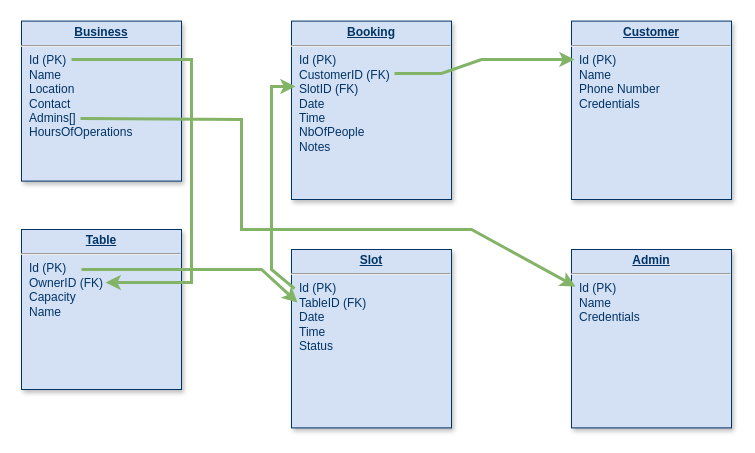
Earlier version of the draw.io diagram conception/Data model.drawio (natelufuluabo/booking-system). Source tidied: cells renumbered, new cells numbered last; positions are measured from the earlier drawing's top-left corner, leaving out a move shared by most shapes. Both pictures are drawn from the tidied source at 100%, with x=0, y=0 at pixel (21, 21).
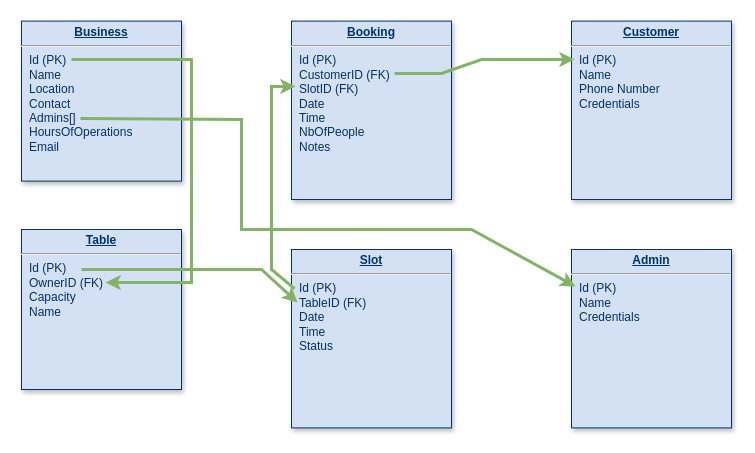
The same page after the edit.

Diff of the diagram source:
```diff
@@
-    <mxCell id="4" value="&lt;p style=&quot;margin: 0px; margin-top: 4px; text-align: center; text-decoration: underline;&quot;&gt;&lt;b&gt;Business&lt;/b&gt;&lt;/p&gt;&lt;hr&gt;&lt;p style=&quot;margin: 0px; margin-left: 8px;&quot;&gt;Id (PK)&lt;/p&gt;&lt;p style=&quot;margin: 0px; margin-left: 8px;&quot;&gt;Name&lt;/p&gt;&lt;p style=&quot;margin: 0px; margin-left: 8px;&quot;&gt;Location&lt;/p&gt;&lt;p style=&quot;margin: 0px; margin-left: 8px;&quot;&gt;Contact&lt;/p&gt;&lt;p style=&quot;margin: 0px; margin-left: 8px;&quot;&gt;Admins[]&lt;/p&gt;&lt;p style=&quot;margin: 0px; margin-left: 8px;&quot;&gt;HoursOfOperations&lt;/p&gt;&lt;p style=&quot;margin: 0px; margin-left: 8px;&quot;&gt;&lt;br&gt;&lt;/p&gt;&lt;p style=&quot;margin: 0px; margin-left: 8px;&quot;&gt;&lt;br&gt;&lt;/p&gt;" style="verticalAlign=top;align=left;overflow=fill;fontSize=12;fontFamily=Helvetica;html=1;strokeColor=#003366;shadow=1;fillColor=#D4E1F5;fontColor=#003366;" parent="1" vertex="1">
+    <mxCell id="4" value="&lt;p style=&quot;margin: 0px; margin-top: 4px; text-align: center; text-decoration: underline;&quot;&gt;&lt;b&gt;Business&lt;/b&gt;&lt;/p&gt;&lt;hr&gt;&lt;p style=&quot;margin: 0px; margin-left: 8px;&quot;&gt;Id (PK)&lt;/p&gt;&lt;p style=&quot;margin: 0px; margin-left: 8px;&quot;&gt;Name&lt;/p&gt;&lt;p style=&quot;margin: 0px; margin-left: 8px;&quot;&gt;Location&lt;/p&gt;&lt;p style=&quot;margin: 0px; margin-left: 8px;&quot;&gt;Contact&lt;/p&gt;&lt;p style=&quot;margin: 0px; margin-left: 8px;&quot;&gt;Admins[]&lt;/p&gt;&lt;p style=&quot;margin: 0px; margin-left: 8px;&quot;&gt;HoursOfOperations&lt;/p&gt;&lt;p style=&quot;margin: 0px; margin-left: 8px;&quot;&gt;Email&lt;/p&gt;&lt;p style=&quot;margin: 0px; margin-left: 8px;&quot;&gt;&lt;br&gt;&lt;/p&gt;" style="verticalAlign=top;align=left;overflow=fill;fontSize=12;fontFamily=Helvetica;html=1;strokeColor=#003366;shadow=1;fillColor=#D4E1F5;fontColor=#003366;" parent="1" vertex="1">
       <mxGeometry y="-0.4" width="160" height="160" as="geometry" />
     </mxCell>
```
